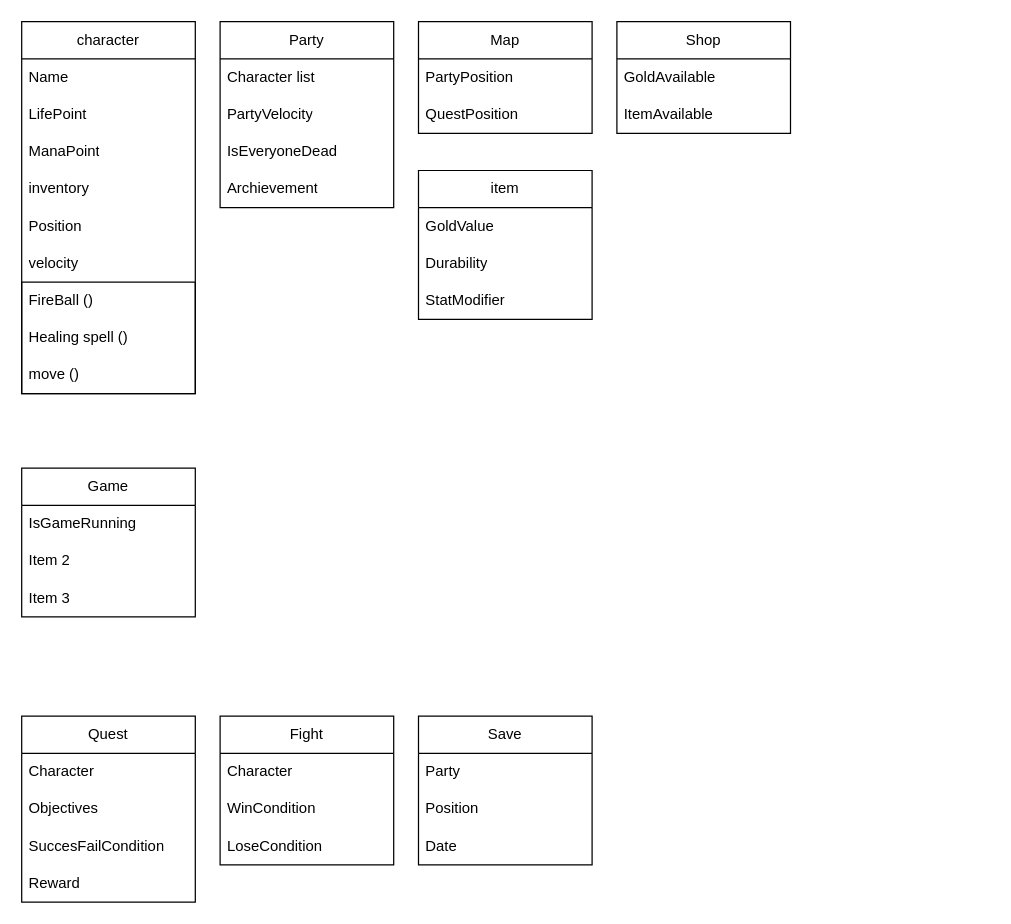
Before: Doc/diagramme des classes.drawio in JordanMufc/POO-STJ, a draw.io diagram. Source tidied: cells renumbered, new cells numbered last; positions are measured from the earlier drawing's top-left corner, leaving out a move shared by most shapes. Both pictures are drawn from the tidied source at 124%, with x=0, y=0 at pixel (21, 21).
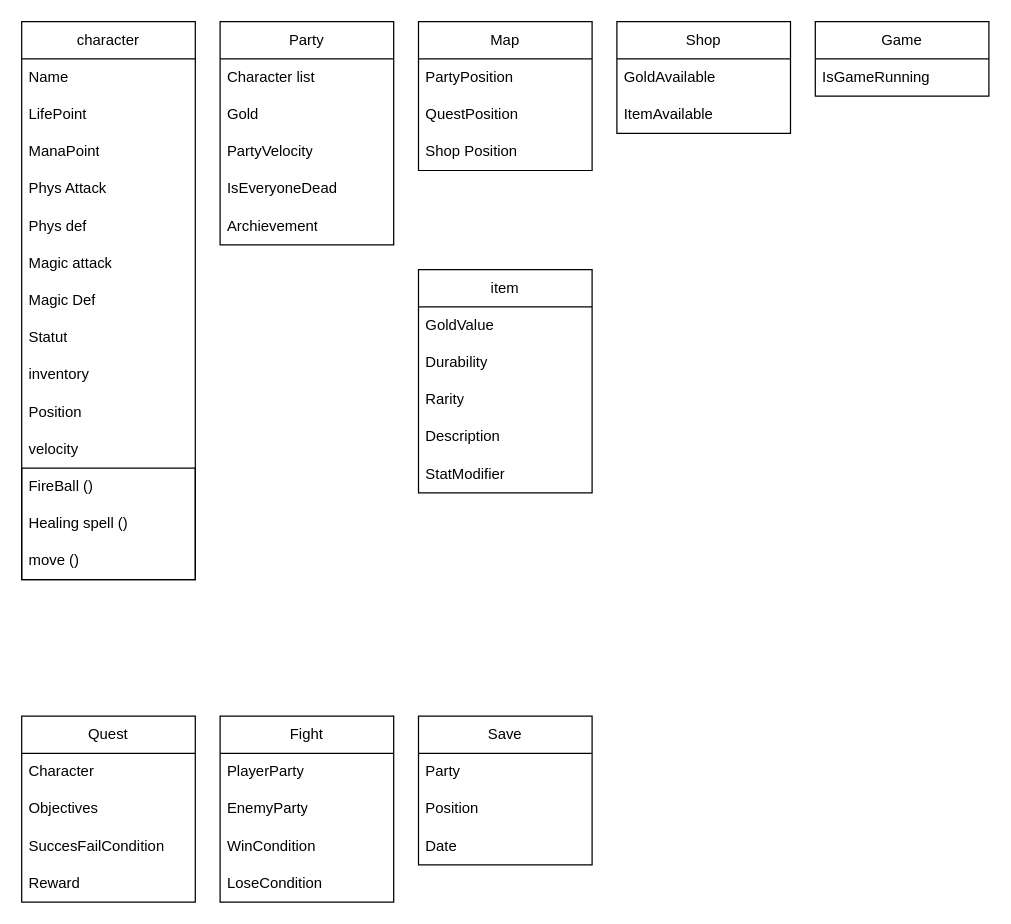
The same diagram, later.

Commit message (it also covers changes not shown here):
IMP: Diagramme

Change to the diagram source:
```diff
@@
     <mxCell id="2" value="character" style="swimlane;fontStyle=0;horizontal=1;startSize=30;whiteSpace=wrap;html=1;" parent="1" vertex="1">
-      <mxGeometry width="140" height="300" as="geometry" />
+      <mxGeometry width="140" height="450" as="geometry" />
     </mxCell>
@@
+    <mxCell id="45" value="Phys Attack" style="text;strokeColor=none;fillColor=none;align=left;verticalAlign=middle;spacingLeft=4;spacingRight=4;overflow=hidden;whiteSpace=wrap;html=1;" parent="2" vertex="1">
+      <mxGeometry y="120" width="140" height="30" as="geometry" />
+    </mxCell>
+    <mxCell id="46" value="Phys def" style="text;strokeColor=none;fillColor=none;align=left;verticalAlign=middle;spacingLeft=4;spacingRight=4;overflow=hidden;whiteSpace=wrap;html=1;" parent="2" vertex="1">
+      <mxGeometry y="150" width="140" height="30" as="geometry" />
+    </mxCell>
+    <mxCell id="47" value="Magic attack" style="text;strokeColor=none;fillColor=none;align=left;verticalAlign=middle;spacingLeft=4;spacingRight=4;overflow=hidden;whiteSpace=wrap;html=1;" parent="2" vertex="1">
+      <mxGeometry y="180" width="140" height="30" as="geometry" />
+    </mxCell>
+    <mxCell id="48" value="Magic Def" style="text;strokeColor=none;fillColor=none;align=left;verticalAlign=middle;spacingLeft=4;spacingRight=4;overflow=hidden;whiteSpace=wrap;html=1;" parent="2" vertex="1">
+      <mxGeometry y="210" width="140" height="30" as="geometry" />
+    </mxCell>
+    <mxCell id="49" value="Statut" style="text;strokeColor=none;fillColor=none;align=left;verticalAlign=middle;spacingLeft=4;spacingRight=4;overflow=hidden;whiteSpace=wrap;html=1;" parent="2" vertex="1">
+      <mxGeometry y="240" width="140" height="30" as="geometry" />
+    </mxCell>
     <mxCell id="6" value="inventory" style="text;strokeColor=none;fillColor=none;align=left;verticalAlign=middle;spacingLeft=4;spacingRight=4;overflow=hidden;whiteSpace=wrap;html=1;" parent="2" vertex="1">
-      <mxGeometry y="120" width="140" height="30" as="geometry" />
+      <mxGeometry y="270" width="140" height="30" as="geometry" />
     </mxCell>
     <mxCell id="7" value="Position" style="text;strokeColor=none;fillColor=none;align=left;verticalAlign=middle;spacingLeft=4;spacingRight=4;overflow=hidden;whiteSpace=wrap;html=1;" parent="2" vertex="1">
-      <mxGeometry y="150" width="140" height="30" as="geometry" />
+      <mxGeometry y="300" width="140" height="30" as="geometry" />
     </mxCell>
     <mxCell id="8" value="velocity" style="text;strokeColor=none;fillColor=none;align=left;verticalAlign=middle;spacingLeft=4;spacingRight=4;overflow=hidden;whiteSpace=wrap;html=1;" parent="2" vertex="1">
-      <mxGeometry y="180" width="140" height="30" as="geometry" />
+      <mxGeometry y="330" width="140" height="30" as="geometry" />
     </mxCell>
     <mxCell id="9" style="swimlane;startSize=0;" parent="2" vertex="1">
-      <mxGeometry y="210" width="140" height="90" as="geometry" />
+      <mxGeometry y="360" width="140" height="90" as="geometry" />
     </mxCell>
@@
     <mxCell id="13" value="Game" style="swimlane;fontStyle=0;horizontal=1;startSize=30;whiteSpace=wrap;html=1;" parent="1" vertex="1">
-      <mxGeometry y="360" width="140" height="120" as="geometry" />
+      <mxGeometry x="640" width="140" height="60" as="geometry" />
     </mxCell>
@@
-    <mxCell id="15" value="Item 2" style="text;strokeColor=none;fillColor=none;align=left;verticalAlign=middle;spacingLeft=4;spacingRight=4;overflow=hidden;whiteSpace=wrap;html=1;" parent="13" vertex="1">
-      <mxGeometry y="60" width="140" height="30" as="geometry" />
-    </mxCell>
-    <mxCell id="16" value="Item 3" style="text;strokeColor=none;fillColor=none;align=left;verticalAlign=middle;spacingLeft=4;spacingRight=4;overflow=hidden;whiteSpace=wrap;html=1;" parent="13" vertex="1">
-      <mxGeometry y="90" width="140" height="30" as="geometry" />
-    </mxCell>
@@
     <mxCell id="22" value="item" style="swimlane;fontStyle=0;horizontal=1;startSize=30;whiteSpace=wrap;html=1;" parent="1" vertex="1">
-      <mxGeometry x="320" y="120" width="140" height="120" as="geometry" />
+      <mxGeometry x="320" y="200" width="140" height="180" as="geometry" />
     </mxCell>
@@
+    <mxCell id="50" value="Rarity" style="text;strokeColor=none;fillColor=none;align=left;verticalAlign=middle;spacingLeft=4;spacingRight=4;overflow=hidden;whiteSpace=wrap;html=1;" parent="22" vertex="1">
+      <mxGeometry y="90" width="140" height="30" as="geometry" />
+    </mxCell>
+    <mxCell id="51" value="Description" style="text;strokeColor=none;fillColor=none;align=left;verticalAlign=middle;spacingLeft=4;spacingRight=4;overflow=hidden;whiteSpace=wrap;html=1;" parent="22" vertex="1">
+      <mxGeometry y="120" width="140" height="30" as="geometry" />
+    </mxCell>
     <mxCell id="25" value="StatModifier" style="text;strokeColor=none;fillColor=none;align=left;verticalAlign=middle;spacingLeft=4;spacingRight=4;overflow=hidden;whiteSpace=wrap;html=1;" parent="22" vertex="1">
-      <mxGeometry y="90" width="140" height="30" as="geometry" />
+      <mxGeometry y="150" width="140" height="30" as="geometry" />
     </mxCell>
     <mxCell id="26" value="Fight" style="swimlane;fontStyle=0;horizontal=1;startSize=30;whiteSpace=wrap;html=1;" parent="1" vertex="1">
-      <mxGeometry x="160" y="560" width="140" height="120" as="geometry" />
+      <mxGeometry x="160" y="560" width="140" height="150" as="geometry" />
     </mxCell>
-    <mxCell id="27" value="Character" style="text;strokeColor=none;fillColor=none;align=left;verticalAlign=middle;spacingLeft=4;spacingRight=4;overflow=hidden;whiteSpace=wrap;html=1;" parent="26" vertex="1">
+    <mxCell id="27" value="PlayerParty" style="text;strokeColor=none;fillColor=none;align=left;verticalAlign=middle;spacingLeft=4;spacingRight=4;overflow=hidden;whiteSpace=wrap;html=1;" parent="26" vertex="1">
       <mxGeometry y="30" width="140" height="30" as="geometry" />
     </mxCell>
+    <mxCell id="52" value="EnemyParty" style="text;strokeColor=none;fillColor=none;align=left;verticalAlign=middle;spacingLeft=4;spacingRight=4;overflow=hidden;whiteSpace=wrap;html=1;" parent="26" vertex="1">
+      <mxGeometry y="60" width="140" height="30" as="geometry" />
+    </mxCell>
     <mxCell id="28" value="WinCondition" style="text;strokeColor=none;fillColor=none;align=left;verticalAlign=middle;spacingLeft=4;spacingRight=4;overflow=hidden;whiteSpace=wrap;html=1;" parent="26" vertex="1">
-      <mxGeometry y="60" width="140" height="30" as="geometry" />
+      <mxGeometry y="90" width="140" height="30" as="geometry" />
     </mxCell>
     <mxCell id="29" value="LoseCondition" style="text;strokeColor=none;fillColor=none;align=left;verticalAlign=middle;spacingLeft=4;spacingRight=4;overflow=hidden;whiteSpace=wrap;html=1;" parent="26" vertex="1">
-      <mxGeometry y="90" width="140" height="30" as="geometry" />
+      <mxGeometry y="120" width="140" height="30" as="geometry" />
     </mxCell>
@@
     <mxCell id="37" value="Party" style="swimlane;fontStyle=0;horizontal=1;startSize=30;whiteSpace=wrap;html=1;" parent="1" vertex="1">
-      <mxGeometry x="160" width="140" height="150" as="geometry" />
+      <mxGeometry x="160" width="140" height="180" as="geometry" />
     </mxCell>
@@
+    <mxCell id="53" value="Gold" style="text;strokeColor=none;fillColor=none;align=left;verticalAlign=middle;spacingLeft=4;spacingRight=4;overflow=hidden;whiteSpace=wrap;html=1;" parent="37" vertex="1">
+      <mxGeometry y="60" width="140" height="30" as="geometry" />
+    </mxCell>
     <mxCell id="39" value="PartyVelocity" style="text;strokeColor=none;fillColor=none;align=left;verticalAlign=middle;spacingLeft=4;spacingRight=4;overflow=hidden;whiteSpace=wrap;html=1;" parent="37" vertex="1">
-      <mxGeometry y="60" width="140" height="30" as="geometry" />
+      <mxGeometry y="90" width="140" height="30" as="geometry" />
     </mxCell>
     <mxCell id="40" value="IsEveryoneDead" style="text;strokeColor=none;fillColor=none;align=left;verticalAlign=middle;spacingLeft=4;spacingRight=4;overflow=hidden;whiteSpace=wrap;html=1;" parent="37" vertex="1">
-      <mxGeometry y="90" width="140" height="30" as="geometry" />
+      <mxGeometry y="120" width="140" height="30" as="geometry" />
     </mxCell>
     <mxCell id="41" value="Archievement" style="text;strokeColor=none;fillColor=none;align=left;verticalAlign=middle;spacingLeft=4;spacingRight=4;overflow=hidden;whiteSpace=wrap;html=1;" parent="37" vertex="1">
-      <mxGeometry y="120" width="140" height="30" as="geometry" />
+      <mxGeometry y="150" width="140" height="30" as="geometry" />
     </mxCell>
     <mxCell id="42" value="Map" style="swimlane;fontStyle=0;horizontal=1;startSize=30;whiteSpace=wrap;html=1;" parent="1" vertex="1">
-      <mxGeometry x="320" width="140" height="90" as="geometry" />
+      <mxGeometry x="320" width="140" height="120" as="geometry" />
     </mxCell>
@@
+    <mxCell id="54" value="Shop Position" style="text;strokeColor=none;fillColor=none;align=left;verticalAlign=middle;spacingLeft=4;spacingRight=4;overflow=hidden;whiteSpace=wrap;html=1;" parent="42" vertex="1">
+      <mxGeometry y="90" width="140" height="30" as="geometry" />
+    </mxCell>
```
